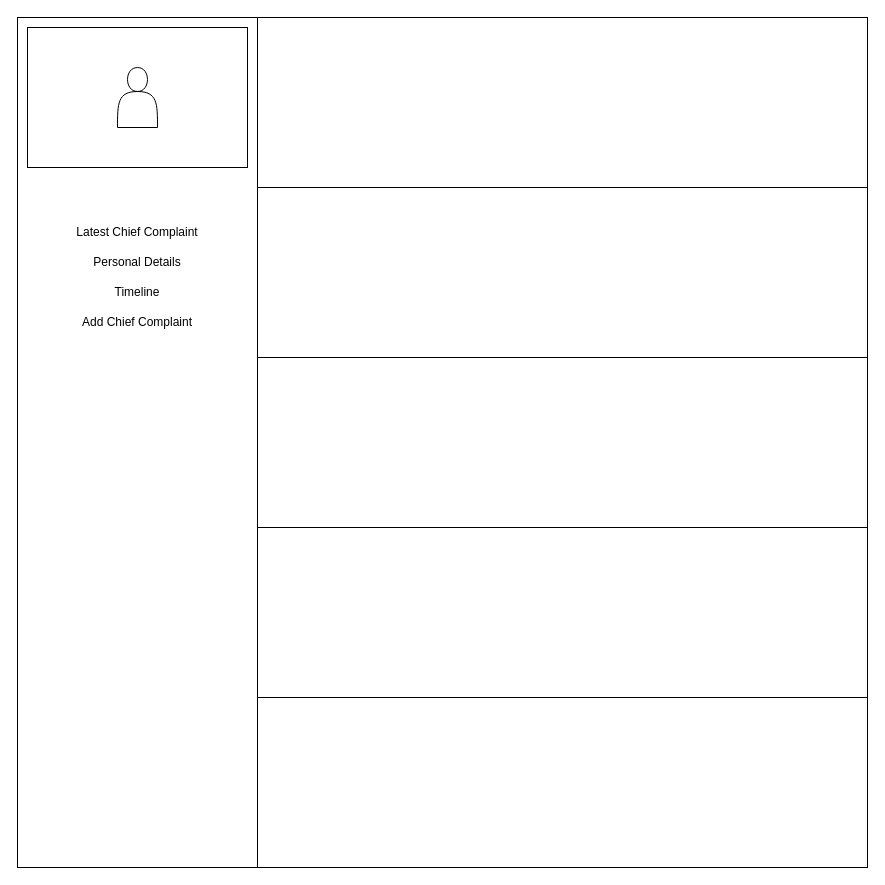
empty-works/plain-emrs-no-fw keeps this draw.io diagram as diagrams/LatestChiefComplaint.drawio. Above is the earlier version. Source tidied: cells renumbered, new cells numbered last; positions are measured from the earlier drawing's top-left corner, leaving out a move shared by most shapes. Both pictures are drawn from the tidied source at 100%, with x=0, y=0 at pixel (17, 17).
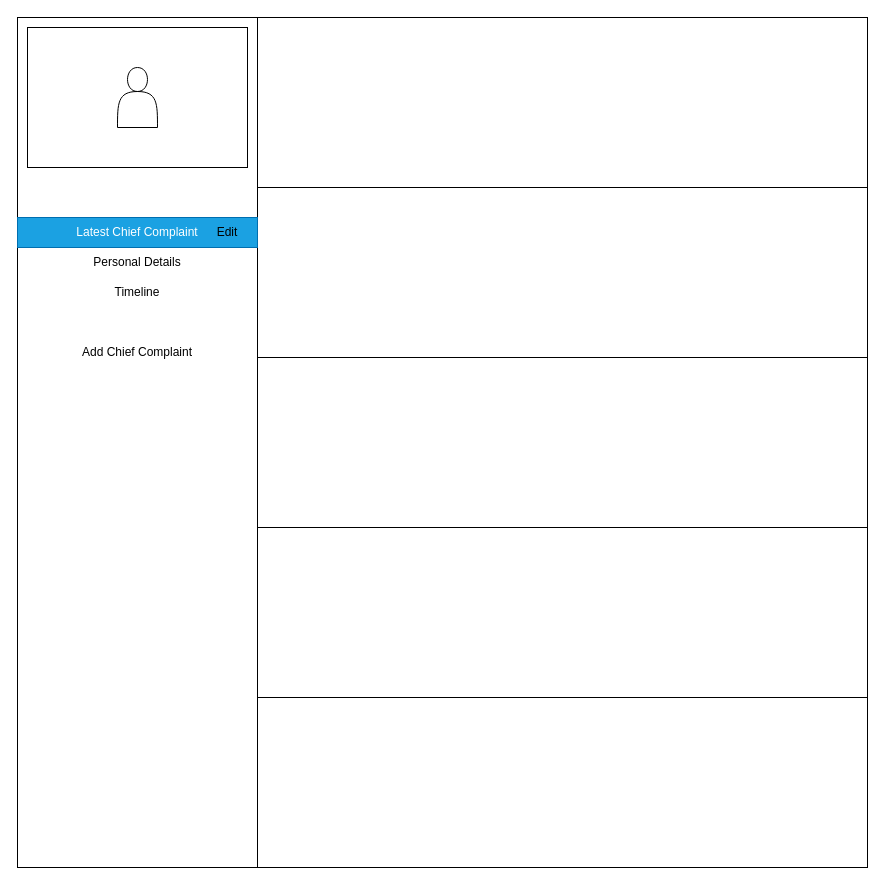
After the change.

Commit message:
Update LatestChiefComplaint.drawio - chief complaint how to edit

Diff of the diagram source:
```diff
@@
 <mxGraphModel>
   <root>
     <mxCell id="0" />
     <mxCell id="1" parent="0" />
     <mxCell id="2" style="rounded=0;whiteSpace=wrap;html=1;" parent="1" vertex="1">
       <mxGeometry width="240" height="850" as="geometry" />
     </mxCell>
     <mxCell id="3" style="rounded=0;whiteSpace=wrap;html=1;" parent="1" vertex="1">
       <mxGeometry x="10" y="10" width="220" height="140" as="geometry" />
     </mxCell>
     <mxCell id="4" style="shape=actor;whiteSpace=wrap;html=1;" parent="1" vertex="1">
       <mxGeometry x="100" y="50" width="40" height="60" as="geometry" />
     </mxCell>
     <mxCell id="5" style="rounded=0;whiteSpace=wrap;html=1;" parent="1" vertex="1">
       <mxGeometry x="240" width="610" height="170" as="geometry" />
     </mxCell>
     <mxCell id="6" style="rounded=0;whiteSpace=wrap;html=1;" parent="1" vertex="1">
       <mxGeometry x="240" y="170" width="610" height="170" as="geometry" />
     </mxCell>
     <mxCell id="7" style="rounded=0;whiteSpace=wrap;html=1;" parent="1" vertex="1">
       <mxGeometry x="240" y="340" width="610" height="170" as="geometry" />
     </mxCell>
     <mxCell id="8" style="rounded=0;whiteSpace=wrap;html=1;" parent="1" vertex="1">
       <mxGeometry x="240" y="510" width="610" height="170" as="geometry" />
     </mxCell>
     <mxCell id="9" style="rounded=0;whiteSpace=wrap;html=1;" parent="1" vertex="1">
       <mxGeometry x="240" y="680" width="610" height="170" as="geometry" />
     </mxCell>
-    <mxCell id="10" value="Latest Chief Complaint" style="text;html=1;strokeColor=none;fillColor=none;align=center;verticalAlign=middle;whiteSpace=wrap;rounded=0;" parent="1" vertex="1">
+    <mxCell id="10" value="Latest Chief Complaint" style="text;html=1;strokeColor=#006EAF;fillColor=#1ba1e2;align=center;verticalAlign=middle;whiteSpace=wrap;rounded=0;fontColor=#ffffff;" parent="1" vertex="1">
       <mxGeometry y="200" width="240" height="30" as="geometry" />
     </mxCell>
     <mxCell id="11" value="Personal Details" style="text;html=1;strokeColor=none;fillColor=none;align=center;verticalAlign=middle;whiteSpace=wrap;rounded=0;" parent="1" vertex="1">
       <mxGeometry y="230" width="240" height="30" as="geometry" />
     </mxCell>
     <mxCell id="12" value="Timeline" style="text;html=1;strokeColor=none;fillColor=none;align=center;verticalAlign=middle;whiteSpace=wrap;rounded=0;" parent="1" vertex="1">
       <mxGeometry y="260" width="240" height="30" as="geometry" />
     </mxCell>
     <mxCell id="13" value="Add Chief Complaint" style="text;html=1;strokeColor=none;fillColor=none;align=center;verticalAlign=middle;whiteSpace=wrap;rounded=0;" parent="1" vertex="1">
-      <mxGeometry y="290" width="240" height="30" as="geometry" />
+      <mxGeometry y="320" width="240" height="30" as="geometry" />
     </mxCell>
+    <mxCell id="14" value="Edit" style="text;html=1;strokeColor=none;fillColor=none;align=center;verticalAlign=middle;whiteSpace=wrap;rounded=0;" parent="1" vertex="1">
+      <mxGeometry x="180" y="200" width="60" height="30" as="geometry" />
+    </mxCell>
   </root>
 </mxGraphModel>
```
